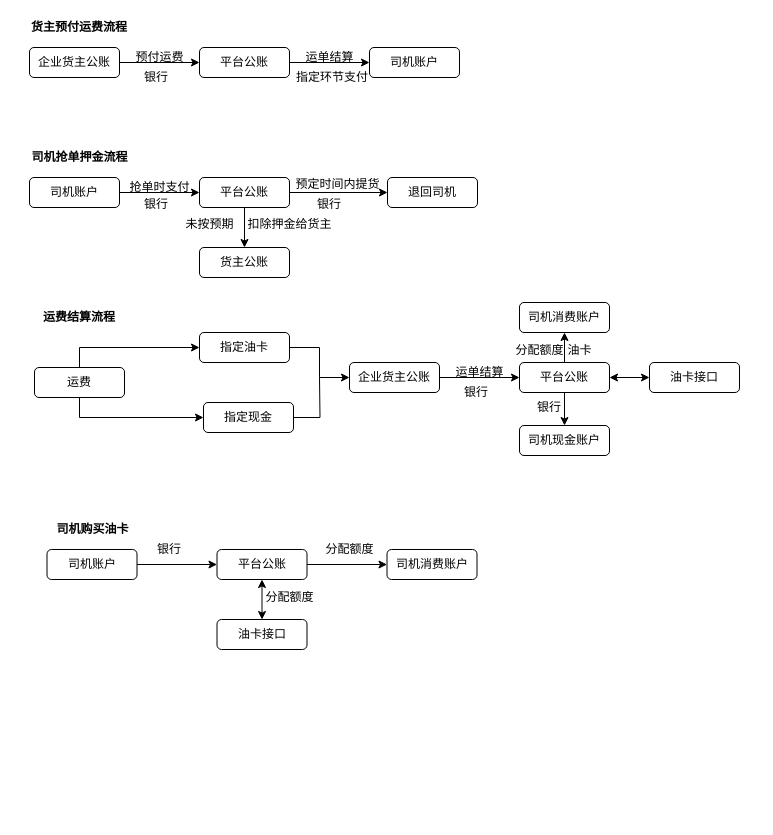
The draw.io diagram 支付流程.drawio in chenyibang/rdpwrap, before the edit. Source tidied: cells renumbered, new cells numbered last; positions are measured from the earlier drawing's top-left corner, leaving out a move shared by most shapes. Both pictures are drawn from the tidied source at 100%, with x=0, y=0 at pixel (17, 17).
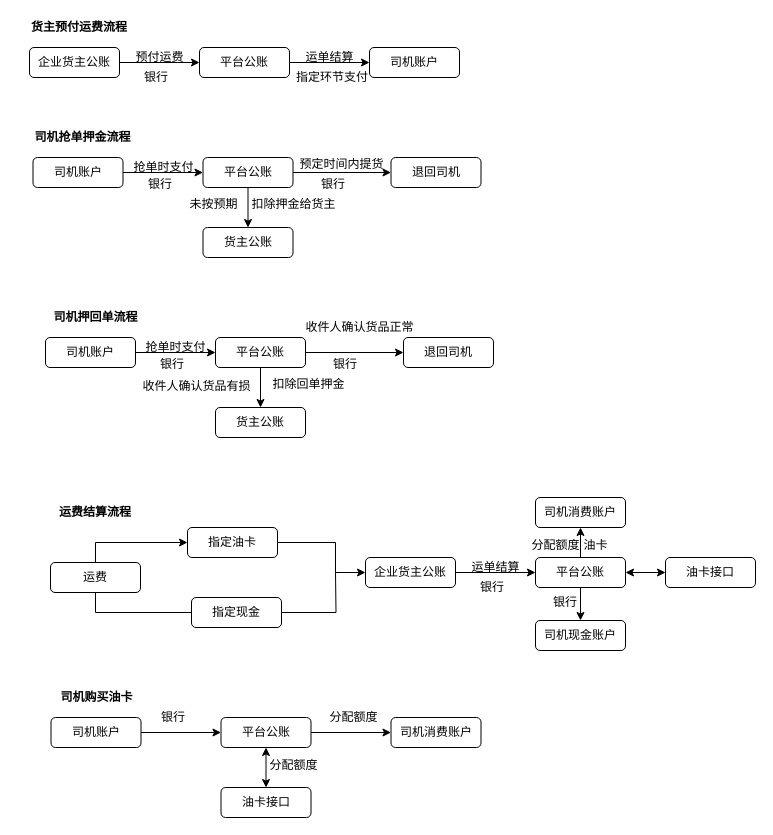
The same page after the edit.

Commit message:
更新支付流程.drawio

What changed in the source:
```diff
@@
     <mxCell id="11" value="司机抢单押金流程" style="text;html=1;strokeColor=none;fillColor=none;align=center;verticalAlign=middle;whiteSpace=wrap;rounded=0;fontStyle=1;" parent="1" vertex="1">
-      <mxGeometry x="-0.5" y="130" width="125" height="20" as="geometry" />
+      <mxGeometry x="3" y="110" width="125" height="20" as="geometry" />
     </mxCell>
@@
     <mxCell id="13" value="司机账户" style="rounded=1;whiteSpace=wrap;html=1;" parent="1" vertex="1">
-      <mxGeometry x="12" y="160" width="90" height="30" as="geometry" />
+      <mxGeometry x="15.5" y="140" width="90" height="30" as="geometry" />
     </mxCell>
@@
     <mxCell id="16" value="平台公账" style="rounded=1;whiteSpace=wrap;html=1;" parent="1" vertex="1">
-      <mxGeometry x="182" y="160" width="90" height="30" as="geometry" />
+      <mxGeometry x="185.5" y="140" width="90" height="30" as="geometry" />
     </mxCell>
     <mxCell id="17" value="货主公账" style="rounded=1;whiteSpace=wrap;html=1;" parent="1" vertex="1">
-      <mxGeometry x="182" y="230" width="90" height="30" as="geometry" />
+      <mxGeometry x="185.5" y="210" width="90" height="30" as="geometry" />
     </mxCell>
     <mxCell id="18" value="退回司机" style="rounded=1;whiteSpace=wrap;html=1;" parent="1" vertex="1">
-      <mxGeometry x="370" y="160" width="90" height="30" as="geometry" />
+      <mxGeometry x="373.5" y="140" width="90" height="30" as="geometry" />
     </mxCell>
     <mxCell id="19" value="抢单时支付" style="text;html=1;align=center;verticalAlign=middle;" parent="1" vertex="1">
-      <mxGeometry x="102" y="160" width="80" height="20" as="geometry" />
+      <mxGeometry x="105.5" y="140" width="80" height="20" as="geometry" />
     </mxCell>
     <mxCell id="20" value="预定时间内提货" style="text;html=1;align=center;verticalAlign=middle;" parent="1" vertex="1">
-      <mxGeometry x="270" y="157" width="100" height="20" as="geometry" />
+      <mxGeometry x="273.5" y="137" width="100" height="20" as="geometry" />
     </mxCell>
     <mxCell id="21" value="银行" style="text;html=1;strokeColor=none;fillColor=none;align=center;verticalAlign=middle;whiteSpace=wrap;rounded=0;" parent="1" vertex="1">
-      <mxGeometry x="119" y="177" width="40" height="20" as="geometry" />
+      <mxGeometry x="122.5" y="157" width="40" height="20" as="geometry" />
     </mxCell>
     <mxCell id="22" value="银行" style="text;html=1;strokeColor=none;fillColor=none;align=center;verticalAlign=middle;whiteSpace=wrap;rounded=0;" parent="1" vertex="1">
-      <mxGeometry x="292" y="177" width="40" height="20" as="geometry" />
+      <mxGeometry x="295.5" y="157" width="40" height="20" as="geometry" />
     </mxCell>
@@
     <mxCell id="24" value="运费结算流程" style="text;html=1;strokeColor=none;fillColor=none;align=center;verticalAlign=middle;whiteSpace=wrap;rounded=0;fontStyle=1;" parent="1" vertex="1">
-      <mxGeometry x="12" y="290" width="100" height="20" as="geometry" />
+      <mxGeometry x="28" y="485" width="100" height="20" as="geometry" />
     </mxCell>
@@
     <mxCell id="26" value="企业货主公账" style="rounded=1;whiteSpace=wrap;html=1;" parent="1" vertex="1">
-      <mxGeometry x="332" y="345" width="90" height="30" as="geometry" />
+      <mxGeometry x="348" y="540" width="90" height="30" as="geometry" />
     </mxCell>
@@
     <mxCell id="30" value="平台公账" style="rounded=1;whiteSpace=wrap;html=1;" parent="1" vertex="1">
-      <mxGeometry x="502" y="345" width="90" height="30" as="geometry" />
+      <mxGeometry x="518" y="540" width="90" height="30" as="geometry" />
     </mxCell>
     <mxCell id="31" value="油卡接口" style="rounded=1;whiteSpace=wrap;html=1;" parent="1" vertex="1">
-      <mxGeometry x="632" y="345" width="90" height="30" as="geometry" />
+      <mxGeometry x="648" y="540" width="90" height="30" as="geometry" />
     </mxCell>
     <mxCell id="32" value="司机消费账户" style="rounded=1;whiteSpace=wrap;html=1;" parent="1" vertex="1">
-      <mxGeometry x="502" y="285" width="90" height="30" as="geometry" />
+      <mxGeometry x="518" y="480" width="90" height="30" as="geometry" />
     </mxCell>
     <mxCell id="33" value="司机现金账户" style="rounded=1;whiteSpace=wrap;html=1;" parent="1" vertex="1">
-      <mxGeometry x="502" y="408" width="90" height="30" as="geometry" />
+      <mxGeometry x="518" y="603" width="90" height="30" as="geometry" />
     </mxCell>
     <mxCell id="34" value="运单结算" style="text;html=1;align=center;verticalAlign=middle;" parent="1" vertex="1">
-      <mxGeometry x="432" y="345" width="60" height="20" as="geometry" />
+      <mxGeometry x="448" y="540" width="60" height="20" as="geometry" />
     </mxCell>
     <mxCell id="35" value="银行" style="text;html=1;strokeColor=none;fillColor=none;align=center;verticalAlign=middle;whiteSpace=wrap;rounded=0;" parent="1" vertex="1">
-      <mxGeometry x="439" y="365" width="40" height="20" as="geometry" />
+      <mxGeometry x="455" y="560" width="40" height="20" as="geometry" />
     </mxCell>
     <mxCell id="36" value="银行" style="text;html=1;strokeColor=none;fillColor=none;align=center;verticalAlign=middle;whiteSpace=wrap;rounded=0;" parent="1" vertex="1">
-      <mxGeometry x="512" y="380" width="40" height="20" as="geometry" />
+      <mxGeometry x="528" y="575" width="40" height="20" as="geometry" />
     </mxCell>
     <mxCell id="37" style="edgeStyle=orthogonalEdgeStyle;rounded=0;jettySize=auto;html=1;exitX=0.5;exitY=1;exitDx=0;exitDy=0;entryX=0;entryY=0.5;entryDx=0;entryDy=0;" parent="1" edge="1" source="39" target="43">
       <mxGeometry relative="1" as="geometry">
         <Array as="points">
-          <mxPoint x="62" y="400" />
-          <mxPoint x="182" y="400" />
+          <mxPoint x="78" y="595" />
+          <mxPoint x="198" y="595" />
         </Array>
       </mxGeometry>
     </mxCell>
@@
     <mxCell id="39" value="运费" style="rounded=1;whiteSpace=wrap;html=1;" parent="1" vertex="1">
-      <mxGeometry x="17" y="350" width="90" height="30" as="geometry" />
+      <mxGeometry x="33" y="545" width="90" height="30" as="geometry" />
     </mxCell>
     <mxCell id="40" style="edgeStyle=orthogonalEdgeStyle;rounded=0;jettySize=auto;html=1;entryX=0;entryY=0.5;entryDx=0;entryDy=0;" parent="1" edge="1" source="41" target="26">
-      <mxGeometry relative="1" as="geometry" />
+      <mxGeometry relative="1" as="geometry">
+        <Array as="points">
+          <mxPoint x="318" y="525" />
+          <mxPoint x="318" y="555" />
+        </Array>
+      </mxGeometry>
     </mxCell>
     <mxCell id="41" value="指定油卡" style="rounded=1;whiteSpace=wrap;html=1;" parent="1" vertex="1">
-      <mxGeometry x="182" y="315" width="90" height="30" as="geometry" />
+      <mxGeometry x="170" y="510" width="90" height="30" as="geometry" />
     </mxCell>
     <mxCell id="42" style="edgeStyle=orthogonalEdgeStyle;rounded=0;jettySize=auto;html=1;endArrow=none;endFill=0;" parent="1" edge="1" source="43">
       <mxGeometry relative="1" as="geometry">
-        <mxPoint x="302" y="360" as="targetPoint" />
+        <mxPoint x="318" y="555" as="targetPoint" />
       </mxGeometry>
     </mxCell>
     <mxCell id="43" value="指定现金" style="rounded=1;whiteSpace=wrap;html=1;" parent="1" vertex="1">
-      <mxGeometry x="186" y="385" width="90" height="30" as="geometry" />
+      <mxGeometry x="174" y="580" width="90" height="30" as="geometry" />
     </mxCell>
     <mxCell id="44" value="司机购买油卡" style="text;html=1;strokeColor=none;fillColor=none;align=center;verticalAlign=middle;whiteSpace=wrap;rounded=0;fontStyle=1;" parent="1" vertex="1">
-      <mxGeometry x="13" y="502" width="125" height="20" as="geometry" />
+      <mxGeometry x="17" y="670" width="125" height="20" as="geometry" />
     </mxCell>
@@
     <mxCell id="46" value="司机账户" style="rounded=1;whiteSpace=wrap;html=1;" parent="1" vertex="1">
-      <mxGeometry x="29.5" y="532" width="90" height="30" as="geometry" />
+      <mxGeometry x="33.5" y="700" width="90" height="30" as="geometry" />
     </mxCell>
@@
     <mxCell id="49" value="平台公账" style="rounded=1;whiteSpace=wrap;html=1;" parent="1" vertex="1">
-      <mxGeometry x="199.5" y="532" width="90" height="30" as="geometry" />
+      <mxGeometry x="203.5" y="700" width="90" height="30" as="geometry" />
     </mxCell>
     <mxCell id="50" value="油卡接口" style="rounded=1;whiteSpace=wrap;html=1;" parent="1" vertex="1">
-      <mxGeometry x="199.5" y="602" width="90" height="30" as="geometry" />
+      <mxGeometry x="203.5" y="770" width="90" height="30" as="geometry" />
     </mxCell>
     <mxCell id="51" value="司机消费账户" style="rounded=1;whiteSpace=wrap;html=1;" parent="1" vertex="1">
-      <mxGeometry x="369.5" y="532" width="90" height="30" as="geometry" />
+      <mxGeometry x="373.5" y="700" width="90" height="30" as="geometry" />
     </mxCell>
     <mxCell id="52" value="银行" style="text;html=1;strokeColor=none;fillColor=none;align=center;verticalAlign=middle;whiteSpace=wrap;rounded=0;" parent="1" vertex="1">
-      <mxGeometry x="132" y="522" width="40" height="20" as="geometry" />
+      <mxGeometry x="136" y="690" width="40" height="20" as="geometry" />
     </mxCell>
     <mxCell id="53" value="油卡" style="text;html=1;align=center;verticalAlign=middle;" parent="1" vertex="1">
-      <mxGeometry x="542" y="323" width="40" height="20" as="geometry" />
+      <mxGeometry x="558" y="518" width="40" height="20" as="geometry" />
     </mxCell>
     <mxCell id="54" value="分配额度" style="text;html=1;align=center;verticalAlign=middle;" parent="1" vertex="1">
-      <mxGeometry x="242" y="570" width="60" height="20" as="geometry" />
+      <mxGeometry x="246" y="738" width="60" height="20" as="geometry" />
     </mxCell>
     <mxCell id="55" value="分配额度" style="text;html=1;align=center;verticalAlign=middle;" parent="1" vertex="1">
-      <mxGeometry x="302" y="522" width="60" height="20" as="geometry" />
+      <mxGeometry x="306" y="690" width="60" height="20" as="geometry" />
     </mxCell>
     <mxCell id="56" value="分配额度" style="text;html=1;align=center;verticalAlign=middle;" parent="1" vertex="1">
-      <mxGeometry x="492" y="323" width="60" height="20" as="geometry" />
+      <mxGeometry x="508" y="518" width="60" height="20" as="geometry" />
     </mxCell>
     <mxCell id="57" value="扣除押金给货主" style="text;html=1;align=center;verticalAlign=middle;" parent="1" vertex="1">
-      <mxGeometry x="222" y="197" width="100" height="20" as="geometry" />
+      <mxGeometry x="225.5" y="177" width="100" height="20" as="geometry" />
     </mxCell>
     <mxCell id="58" value="未按预期" style="text;html=1;align=center;verticalAlign=middle;" parent="1" vertex="1">
-      <mxGeometry x="162" y="197" width="60" height="20" as="geometry" />
+      <mxGeometry x="165.5" y="177" width="60" height="20" as="geometry" />
     </mxCell>
+    <mxCell id="59" value="司机押回单流程" style="text;html=1;strokeColor=none;fillColor=none;align=center;verticalAlign=middle;whiteSpace=wrap;rounded=0;fontStyle=1;" parent="1" vertex="1">
+      <mxGeometry x="15.5" y="290" width="125" height="20" as="geometry" />
+    </mxCell>
+    <mxCell id="60" style="edgeStyle=orthogonalEdgeStyle;rounded=0;jettySize=auto;html=1;" parent="1" edge="1" source="61" target="64">
+      <mxGeometry relative="1" as="geometry" />
+    </mxCell>
+    <mxCell id="61" value="司机账户" style="rounded=1;whiteSpace=wrap;html=1;" parent="1" vertex="1">
+      <mxGeometry x="28" y="320" width="90" height="30" as="geometry" />
+    </mxCell>
+    <mxCell id="62" style="edgeStyle=orthogonalEdgeStyle;rounded=0;jettySize=auto;html=1;" parent="1" edge="1" source="64" target="66">
+      <mxGeometry relative="1" as="geometry" />
+    </mxCell>
+    <mxCell id="63" style="edgeStyle=orthogonalEdgeStyle;rounded=0;jettySize=auto;html=1;startArrow=none;startFill=0;endArrow=classic;endFill=1;" parent="1" edge="1" source="64" target="65">
+      <mxGeometry relative="1" as="geometry" />
+    </mxCell>
+    <mxCell id="64" value="平台公账" style="rounded=1;whiteSpace=wrap;html=1;" parent="1" vertex="1">
+      <mxGeometry x="198" y="320" width="90" height="30" as="geometry" />
+    </mxCell>
+    <mxCell id="65" value="货主公账" style="rounded=1;whiteSpace=wrap;html=1;" parent="1" vertex="1">
+      <mxGeometry x="198" y="390" width="90" height="30" as="geometry" />
+    </mxCell>
+    <mxCell id="66" value="退回司机" style="rounded=1;whiteSpace=wrap;html=1;" parent="1" vertex="1">
+      <mxGeometry x="386" y="320" width="90" height="30" as="geometry" />
+    </mxCell>
+    <mxCell id="67" value="抢单时支付" style="text;html=1;align=center;verticalAlign=middle;" parent="1" vertex="1">
+      <mxGeometry x="118" y="320" width="80" height="20" as="geometry" />
+    </mxCell>
+    <mxCell id="68" value="收件人确认货品正常" style="text;html=1;align=center;verticalAlign=middle;" parent="1" vertex="1">
+      <mxGeometry x="282" y="300" width="120" height="20" as="geometry" />
+    </mxCell>
+    <mxCell id="69" value="银行" style="text;html=1;strokeColor=none;fillColor=none;align=center;verticalAlign=middle;whiteSpace=wrap;rounded=0;" parent="1" vertex="1">
+      <mxGeometry x="135" y="337" width="40" height="20" as="geometry" />
+    </mxCell>
+    <mxCell id="70" value="银行" style="text;html=1;strokeColor=none;fillColor=none;align=center;verticalAlign=middle;whiteSpace=wrap;rounded=0;" parent="1" vertex="1">
+      <mxGeometry x="308" y="337" width="40" height="20" as="geometry" />
+    </mxCell>
+    <mxCell id="71" value="扣除回单押金" style="text;html=1;align=center;verticalAlign=middle;" parent="1" vertex="1">
+      <mxGeometry x="245.5" y="357" width="90" height="20" as="geometry" />
+    </mxCell>
+    <mxCell id="72" value="收件人确认货品有损" style="text;html=1;align=center;verticalAlign=middle;" parent="1" vertex="1">
+      <mxGeometry x="119" y="359" width="120" height="20" as="geometry" />
+    </mxCell>
```
